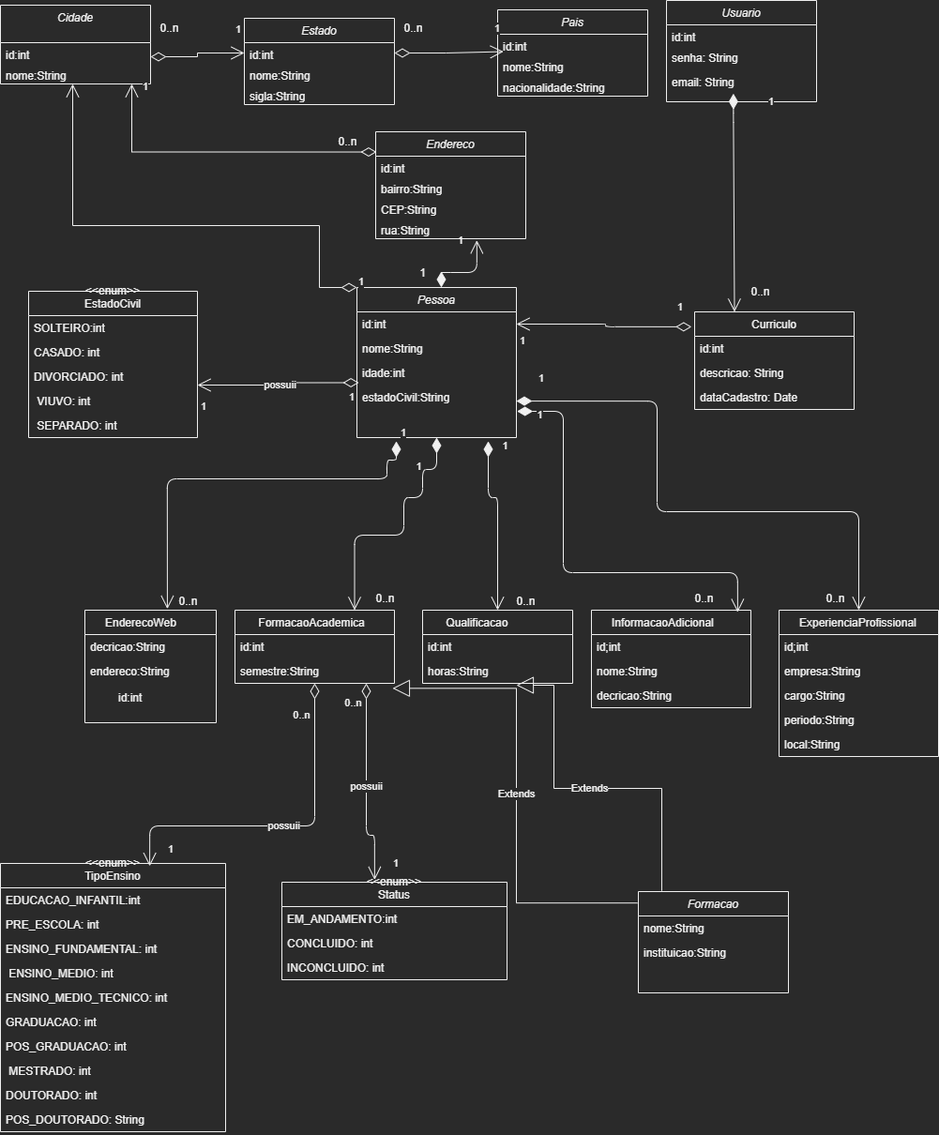
Above: Documentação/Diagrama de Classes - TP 2.png in LuizFreitas225/Curriculos-GGAC (draw.io), before the change. Source tidied: cells renumbered, new cells last; positions are measured from the earlier drawing's top-left corner, leaving out a move shared by most shapes.
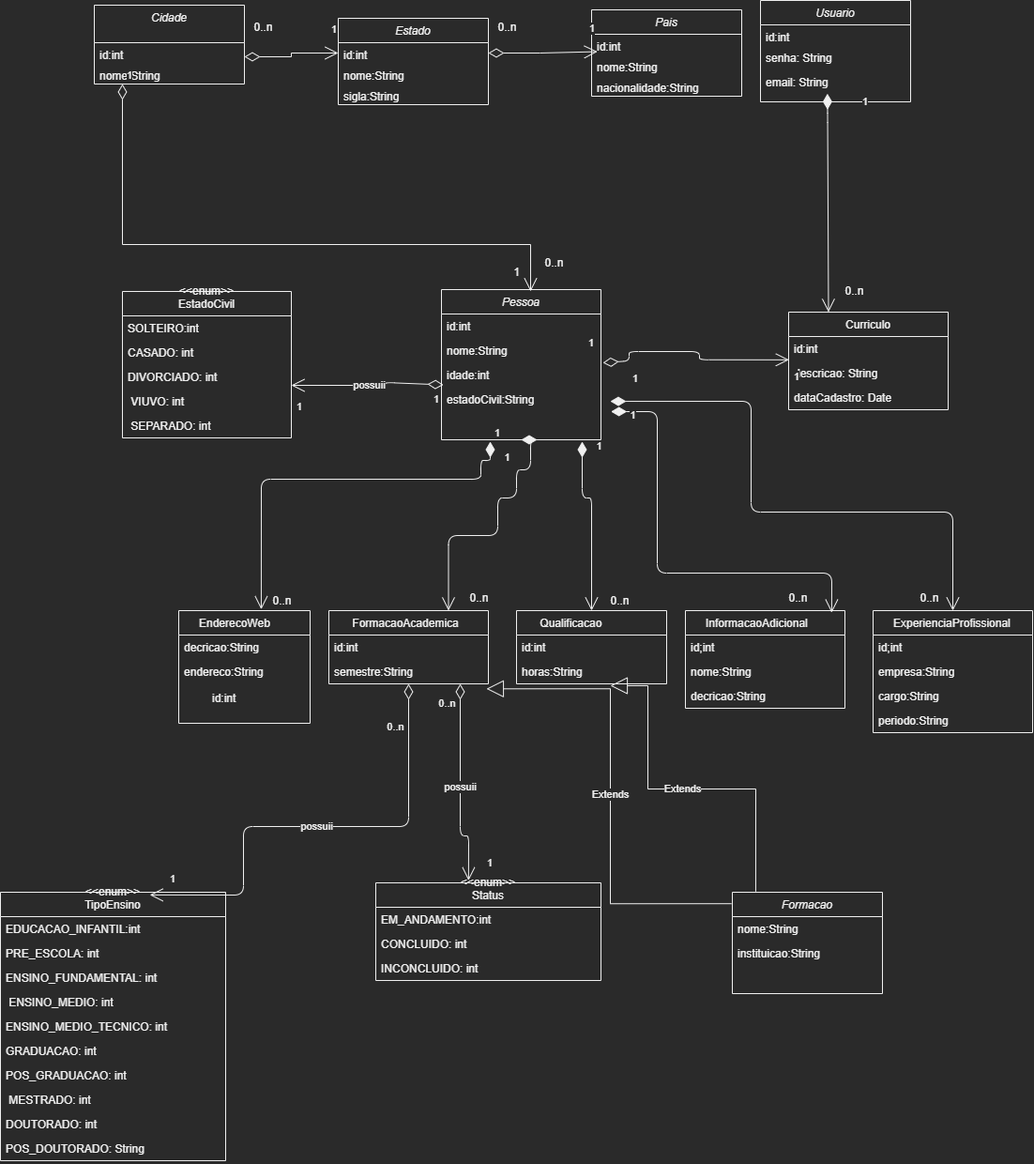
After the commit.

The edit, as a diff of the source:
```diff
@@ -66,7 +66,7 @@
       <mxGeometry y="52" width="170" height="26" as="geometry" />
     </mxCell>
     <mxCell id="23" value="&lt;&lt;enum&gt;&gt;&#10;TipoEnsino&#10;" style="swimlane;fontStyle=0;horizontal=1;startSize=26;" parent="1" vertex="1">
-      <mxGeometry y="920" width="240" height="286" as="geometry" />
+      <mxGeometry x="-100" y="950" width="240" height="286" as="geometry" />
     </mxCell>
     <mxCell id="24" value="EDUCACAO_INFANTIL:int" style="text;strokeColor=none;fillColor=none;align=left;verticalAlign=top;spacingLeft=4;spacingRight=4;overflow=hidden;" parent="23" vertex="1">
       <mxGeometry y="26" width="240" height="26" as="geometry" />
@@ -108,7 +108,7 @@
       <mxGeometry y="52" width="160" height="26" as="geometry" />
     </mxCell>
     <mxCell id="37" value="      ExperienciaProfissional" style="swimlane;fontStyle=0;horizontal=1;startSize=26;fillColor=none;align=left;verticalAlign=top;" parent="1" vertex="1">
-      <mxGeometry x="830" y="650" width="170" height="156" as="geometry" />
+      <mxGeometry x="830" y="650" width="170" height="130" as="geometry" />
     </mxCell>
     <mxCell id="38" value="id;int" style="text;strokeColor=none;fillColor=none;align=left;verticalAlign=top;spacingLeft=4;spacingRight=4;overflow=hidden;" parent="37" vertex="1">
       <mxGeometry y="26" width="170" height="26" as="geometry" />
@@ -122,9 +122,6 @@
     <mxCell id="41" value="periodo:String" style="text;strokeColor=none;fillColor=none;align=left;verticalAlign=top;spacingLeft=4;spacingRight=4;overflow=hidden;" parent="37" vertex="1">
       <mxGeometry y="104" width="170" height="26" as="geometry" />
     </mxCell>
-    <mxCell id="42" value="local:String" style="text;strokeColor=none;fillColor=none;align=left;verticalAlign=top;spacingLeft=4;spacingRight=4;overflow=hidden;" parent="37" vertex="1">
-      <mxGeometry y="130" width="170" height="26" as="geometry" />
-    </mxCell>
     <mxCell id="43" value="      InformacaoAdicional" style="swimlane;fontStyle=0;horizontal=1;startSize=26;fillColor=none;align=left;verticalAlign=top;" parent="1" vertex="1">
       <mxGeometry x="630" y="650" width="170" height="104" as="geometry" />
     </mxCell>
@@ -138,17 +135,8 @@
       <mxGeometry y="78" width="170" height="26" as="geometry" />
     </mxCell>
     <mxCell id="47" value="Pessoa" style="swimlane;fontStyle=2;align=center;verticalAlign=top;horizontal=1;startSize=26;rounded=0;shadow=0;strokeWidth=1;" parent="1" vertex="1">
-      <mxGeometry x="380" y="306" width="170" height="160" as="geometry" />
+      <mxGeometry x="370" y="308" width="170" height="160" as="geometry" />
     </mxCell>
-    <mxCell id="48" value="1" style="endArrow=open;html=1;endSize=12;startArrow=diamondThin;startSize=14;startFill=1;edgeStyle=orthogonalEdgeStyle;align=left;verticalAlign=bottom;exitX=1;exitY=0.5;exitDx=0;exitDy=0;entryX=0.674;entryY=1.078;entryDx=0;entryDy=0;entryPerimeter=0;" parent="47" edge="1" target="108">
-      <mxGeometry x="0.76" y="22" relative="1" as="geometry">
-        <mxPoint x="90" y="-0.1" as="sourcePoint" />
-        <Array as="points">
-          <mxPoint x="90" y="-16" />
-          <mxPoint x="128" y="-16" />
-        </Array>
-      </mxGeometry>
-    </mxCell>
     <mxCell id="49" value="id:int" style="text;align=left;verticalAlign=top;spacingLeft=4;spacingRight=4;overflow=hidden;points=[[0,0.5],[1,0.5]];portConstraint=eastwest;rounded=0;shadow=0;html=0;" parent="47" vertex="1">
       <mxGeometry y="26" width="170" height="26" as="geometry" />
     </mxCell>
@@ -208,19 +196,6 @@
         </Array>
       </mxGeometry>
     </mxCell>
-    <mxCell id="60" style="endArrow=open;html=1;endSize=12;startArrow=diamondThin;startSize=14;startFill=0;edgeStyle=orthogonalEdgeStyle;exitX=-0.019;exitY=0.153;exitDx=0;exitDy=0;exitPerimeter=0;" parent="1" edge="1" source="6" target="49">
-      <mxGeometry relative="1" as="geometry" />
-    </mxCell>
-    <mxCell id="61" value="1" style="edgeLabel;html=1;align=left;verticalAlign=top;" parent="60" vertex="1">
-      <mxGeometry x="-1" relative="1" as="geometry">
-        <mxPoint x="-17" y="-34" as="offset" />
-      </mxGeometry>
-    </mxCell>
-    <mxCell id="62" value="1" style="edgeLabel;html=1;align=right;verticalAlign=top;" parent="60" vertex="1">
-      <mxGeometry x="1" relative="1" as="geometry">
-        <mxPoint x="10" y="5" as="offset" />
-      </mxGeometry>
-    </mxCell>
     <mxCell id="63" style="endArrow=open;html=1;endSize=12;startArrow=diamondThin;startSize=14;startFill=1;edgeStyle=orthogonalEdgeStyle;align=left;verticalAlign=bottom;" parent="1" edge="1">
       <mxGeometry x="-0.92" y="17" relative="1" as="geometry">
         <mxPoint x="520" y="470" as="sourcePoint" />
@@ -343,14 +318,6 @@
     <mxCell id="86" value="nome:String" style="text;align=left;verticalAlign=top;spacingLeft=4;spacingRight=4;overflow=hidden;points=[[0,0.5],[1,0.5]];portConstraint=eastwest;rounded=0;shadow=0;html=0;" parent="84" vertex="1">
       <mxGeometry y="62" width="160" height="22" as="geometry" />
     </mxCell>
-    <mxCell id="87" value="1" style="endArrow=open;html=1;endSize=12;startArrow=diamondThin;startSize=14;startFill=0;edgeStyle=orthogonalEdgeStyle;align=left;verticalAlign=bottom;rounded=0;exitX=0.006;exitY=0.189;exitDx=0;exitDy=0;exitPerimeter=0;" parent="84" edge="1" source="104">
-      <mxGeometry x="0.93" y="-10" relative="1" as="geometry">
-        <mxPoint x="140" y="84" as="targetPoint" />
-        <Array as="points">
-          <mxPoint x="140" y="157" />
-        </Array>
-      </mxGeometry>
-    </mxCell>
     <mxCell id="88" value="Pais" style="swimlane;fontStyle=2;align=center;verticalAlign=top;horizontal=1;startSize=26;rounded=0;shadow=0;strokeWidth=1;" parent="1" vertex="1">
       <mxGeometry x="530" y="10" width="160" height="92" as="geometry" />
     </mxCell>
@@ -406,38 +373,43 @@
     <mxCell id="103" value="Extends" style="endArrow=block;endSize=16;endFill=0;html=1;rounded=0;edgeStyle=orthogonalEdgeStyle;exitX=-0.006;exitY=0.113;exitDx=0;exitDy=0;exitPerimeter=0;entryX=0.988;entryY=1.204;entryDx=0;entryDy=0;entryPerimeter=0;" parent="1" edge="1" source="99" target="22">
       <mxGeometry relative="1" as="geometry" />
     </mxCell>
-    <mxCell id="104" value="Endereco" style="swimlane;fontStyle=2;align=center;verticalAlign=top;horizontal=1;startSize=26;rounded=0;shadow=0;strokeWidth=1;" parent="1" vertex="1">
-      <mxGeometry x="400" y="140" width="160" height="114" as="geometry" />
-    </mxCell>
-    <mxCell id="105" value="id:int" style="text;align=left;verticalAlign=top;spacingLeft=4;spacingRight=4;overflow=hidden;rounded=0;shadow=0;html=0;" parent="104" vertex="1">
-      <mxGeometry y="26" width="160" height="22" as="geometry" />
-    </mxCell>
-    <mxCell id="106" value="bairro:String" style="text;align=left;verticalAlign=top;spacingLeft=4;spacingRight=4;overflow=hidden;rounded=0;shadow=0;html=0;" parent="104" vertex="1">
-      <mxGeometry y="48" width="160" height="22" as="geometry" />
-    </mxCell>
-    <mxCell id="107" value="CEP:String" style="text;align=left;verticalAlign=top;spacingLeft=4;spacingRight=4;overflow=hidden;rounded=0;shadow=0;html=0;" parent="104" vertex="1">
-      <mxGeometry y="70" width="160" height="22" as="geometry" />
-    </mxCell>
-    <mxCell id="108" value="rua:String" style="text;align=left;verticalAlign=top;spacingLeft=4;spacingRight=4;overflow=hidden;points=[[0,0.5],[1,0.5]];portConstraint=eastwest;rounded=0;shadow=0;html=0;" parent="104" vertex="1">
-      <mxGeometry y="92" width="160" height="22" as="geometry" />
-    </mxCell>
     <mxCell id="109" value="1" style="endArrow=open;html=1;endSize=12;startArrow=diamondThin;startSize=14;startFill=0;edgeStyle=orthogonalEdgeStyle;align=left;verticalAlign=bottom;rounded=0;exitX=1;exitY=-0.318;exitDx=0;exitDy=0;exitPerimeter=0;" parent="1" edge="1" source="86" target="93">
       <mxGeometry x="0.81" y="16" relative="1" as="geometry" />
     </mxCell>
     <mxCell id="110" value="1" style="endArrow=open;html=1;endSize=12;startArrow=diamondThin;startSize=14;startFill=0;edgeStyle=orthogonalEdgeStyle;align=left;verticalAlign=bottom;rounded=0;entryX=0.039;entryY=-0.158;entryDx=0;entryDy=0;entryPerimeter=0;" parent="1" edge="1" source="93" target="90">
       <mxGeometry x="0.81" y="16" relative="1" as="geometry" />
     </mxCell>
-    <mxCell id="111" value="1" style="endArrow=open;html=1;endSize=12;startArrow=diamondThin;startSize=14;startFill=0;edgeStyle=orthogonalEdgeStyle;align=left;verticalAlign=bottom;rounded=0;exitX=0;exitY=0;exitDx=0;exitDy=0;" parent="1" edge="1" source="47" target="86">
+    <mxCell id="111" value="1" style="endArrow=open;html=1;endSize=12;startArrow=diamondThin;startSize=14;startFill=0;edgeStyle=orthogonalEdgeStyle;align=left;verticalAlign=bottom;rounded=0;" parent="1" edge="1" source="86">
       <mxGeometry x="-1" y="3" relative="1" as="geometry">
+        <mxPoint x="465" y="310" as="targetPoint" />
         <Array as="points">
-          <mxPoint x="340" y="306" />
-          <mxPoint x="340" y="240" />
-          <mxPoint x="77" y="240" />
+          <mxPoint x="30" y="260" />
+          <mxPoint x="465" y="260" />
         </Array>
       </mxGeometry>
     </mxCell>
     <mxCell id="112" value="0..n" style="text;html=1;align=center;verticalAlign=middle;fillColor=none;strokeColor=none;rounded=0;" parent="1" vertex="1">
-      <mxGeometry x="350" y="140" width="40" height="20" as="geometry" />
+      <mxGeometry x="470" y="270" width="40" height="20" as="geometry" />
     </mxCell>
+    <mxCell id="60" style="endArrow=open;html=1;endSize=12;startArrow=diamondThin;startSize=14;startFill=0;edgeStyle=orthogonalEdgeStyle;exitX=1.012;exitY=0;exitDx=0;exitDy=0;exitPerimeter=0;entryX=0.002;entryY=0.955;entryDx=0;entryDy=0;entryPerimeter=0;" parent="1" edge="1" source="51" target="7">
+      <mxGeometry relative="1" as="geometry">
+        <Array as="points">
+          <mxPoint x="570" y="384" />
+          <mxPoint x="570" y="374" />
+          <mxPoint x="645" y="374" />
+          <mxPoint x="645" y="383" />
+        </Array>
+      </mxGeometry>
+    </mxCell>
+    <mxCell id="61" value="1" style="edgeLabel;html=1;align=left;verticalAlign=top;" parent="60" vertex="1">
+      <mxGeometry x="-1" relative="1" as="geometry">
+        <mxPoint x="-17" y="-34" as="offset" />
+      </mxGeometry>
+    </mxCell>
+    <mxCell id="62" value="1" style="edgeLabel;html=1;align=right;verticalAlign=top;" parent="60" vertex="1">
+      <mxGeometry x="1" relative="1" as="geometry">
+        <mxPoint x="10" y="5" as="offset" />
+      </mxGeometry>
+    </mxCell>
   </root>
 </mxGraphModel>
```
